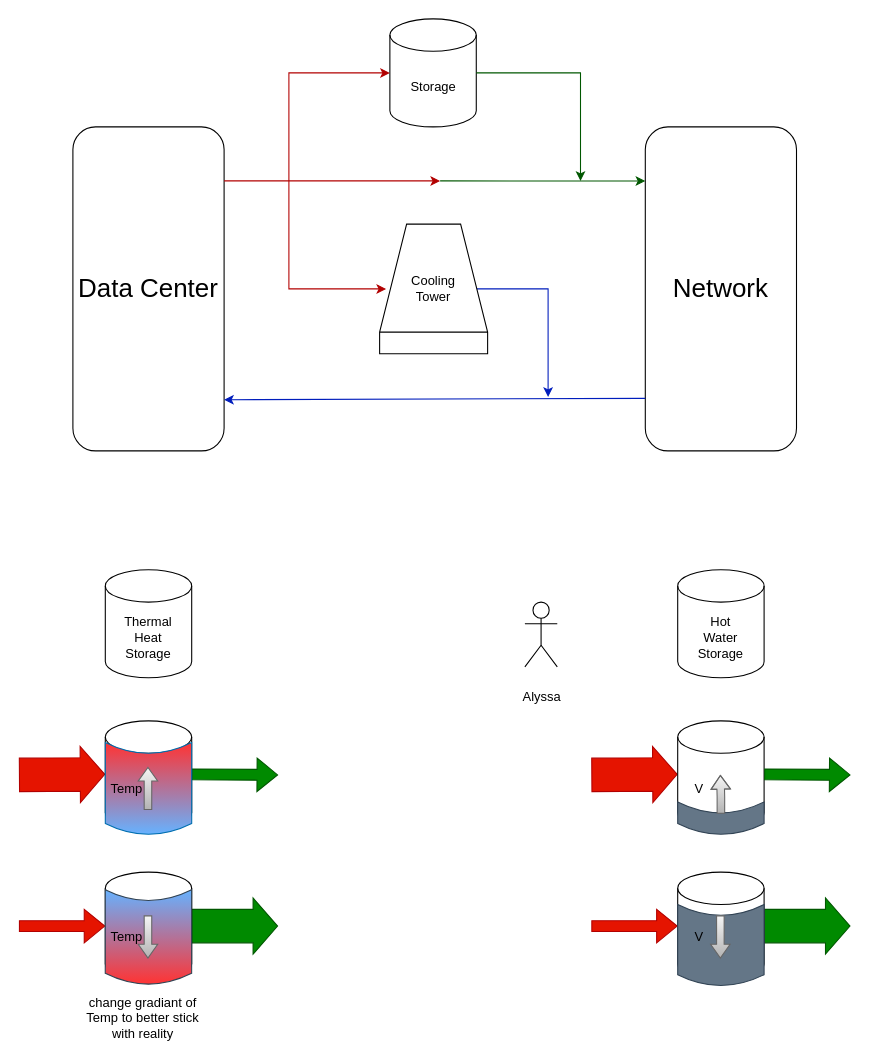
Earlier version of the draw.io diagram First_draft.drawio (Maxime-samoey-ulb/master_thesis_202425). Source tidied: cells renumbered, new cells numbered last; positions are measured from the earlier drawing's top-left corner, leaving out a move shared by most shapes. Both pictures are drawn from the tidied source at 108%, with x=0, y=0 at pixel (18, 18).
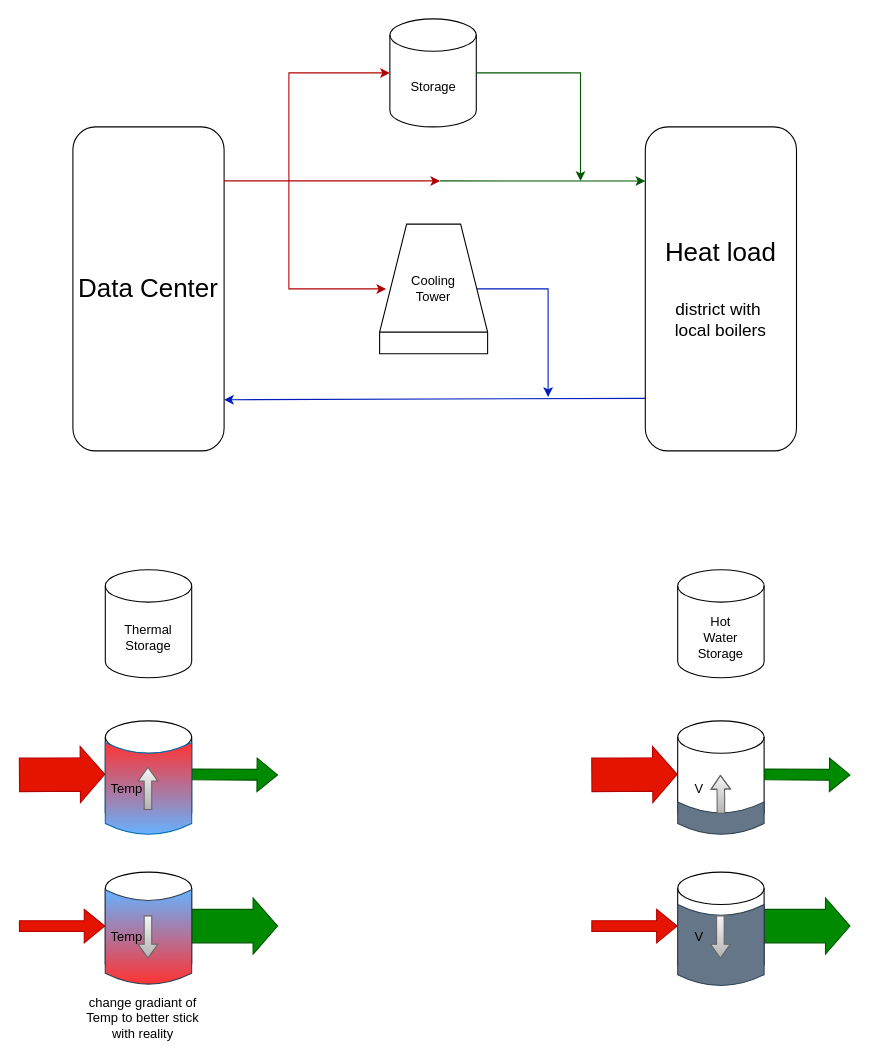
Above is the later version.

The edit, as a diff of the source:
```diff
@@
-    <mxCell id="4" value="&lt;font style=&quot;font-size: 24px;&quot;&gt;Network&lt;/font&gt;" style="rounded=1;whiteSpace=wrap;html=1;" parent="1" vertex="1">
+    <mxCell id="4" value="&lt;font style=&quot;font-size: 24px;&quot;&gt;Heat load&lt;/font&gt;&lt;div&gt;&lt;font style=&quot;font-size: 24px;&quot;&gt;&lt;br&gt;&lt;/font&gt;&lt;/div&gt;&lt;div&gt;&lt;span style=&quot;font-size: 16px;&quot;&gt;district with&amp;nbsp;&lt;/span&gt;&lt;/div&gt;&lt;div&gt;&lt;span style=&quot;font-size: 16px;&quot;&gt;local boilers&lt;/span&gt;&lt;/div&gt;" style="rounded=1;whiteSpace=wrap;html=1;" parent="1" vertex="1">
       <mxGeometry x="580" y="100" width="140" height="300" as="geometry" />
     </mxCell>
@@
-    <mxCell id="14" value="&lt;div&gt;Thermal&lt;/div&gt;&lt;div&gt;Heat&lt;/div&gt;Storage" style="shape=cylinder3;whiteSpace=wrap;html=1;boundedLbl=1;backgroundOutline=1;size=15;" parent="1" vertex="1">
+    <mxCell id="14" value="&lt;div&gt;Thermal&lt;/div&gt;Storage" style="shape=cylinder3;whiteSpace=wrap;html=1;boundedLbl=1;backgroundOutline=1;size=15;" parent="1" vertex="1">
       <mxGeometry x="80" y="510" width="80" height="100" as="geometry" />
     </mxCell>
@@
-    <mxCell id="40" value="&lt;br&gt;&lt;div&gt;Alyssa&lt;/div&gt;" style="shape=umlActor;verticalLabelPosition=bottom;verticalAlign=top;html=1;" parent="1" vertex="1">
-      <mxGeometry x="468.5" y="540" width="30" height="60" as="geometry" />
-    </mxCell>
```
